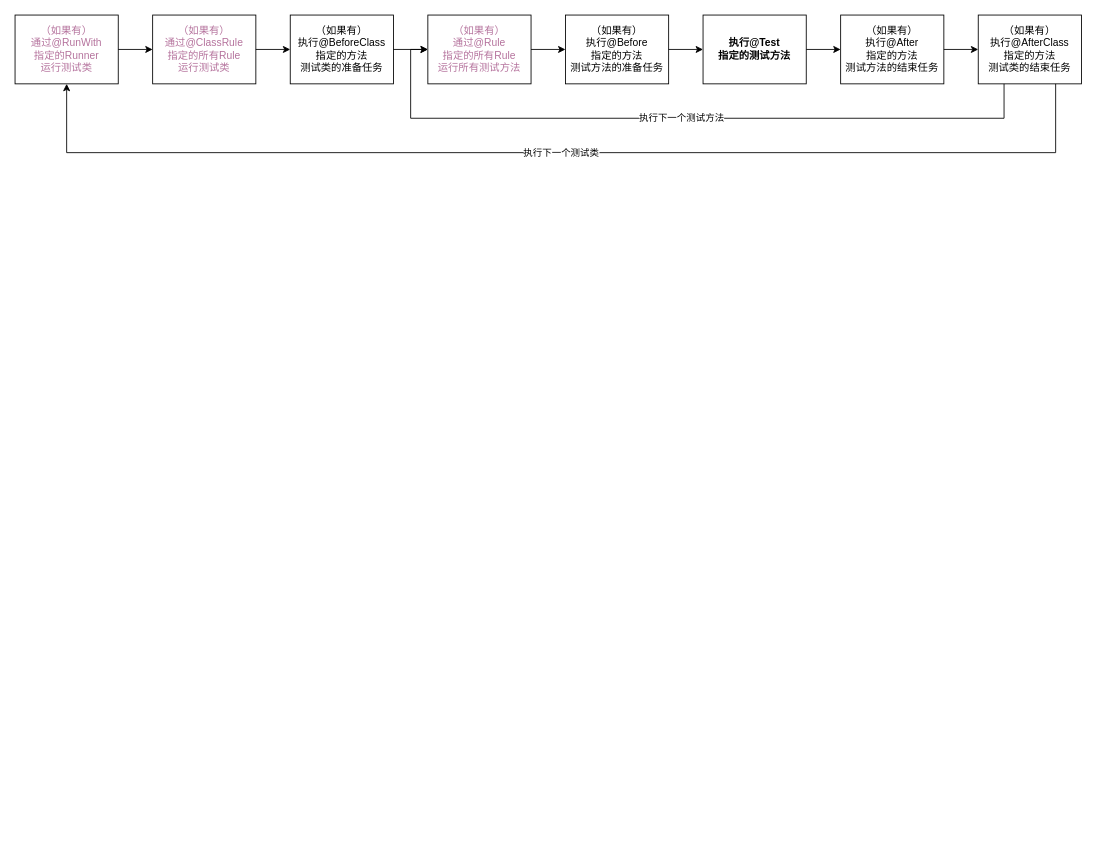
Before: Unit Test PPT.drawio in Cmdone/Draw.io, a draw.io diagram. Source tidied: cells renumbered, new cells numbered last; positions are measured from the earlier drawing's top-left corner, leaving out a move shared by most shapes. Both pictures are drawn from the tidied source at 86%, with x=0, y=0 at pixel (15, 15).
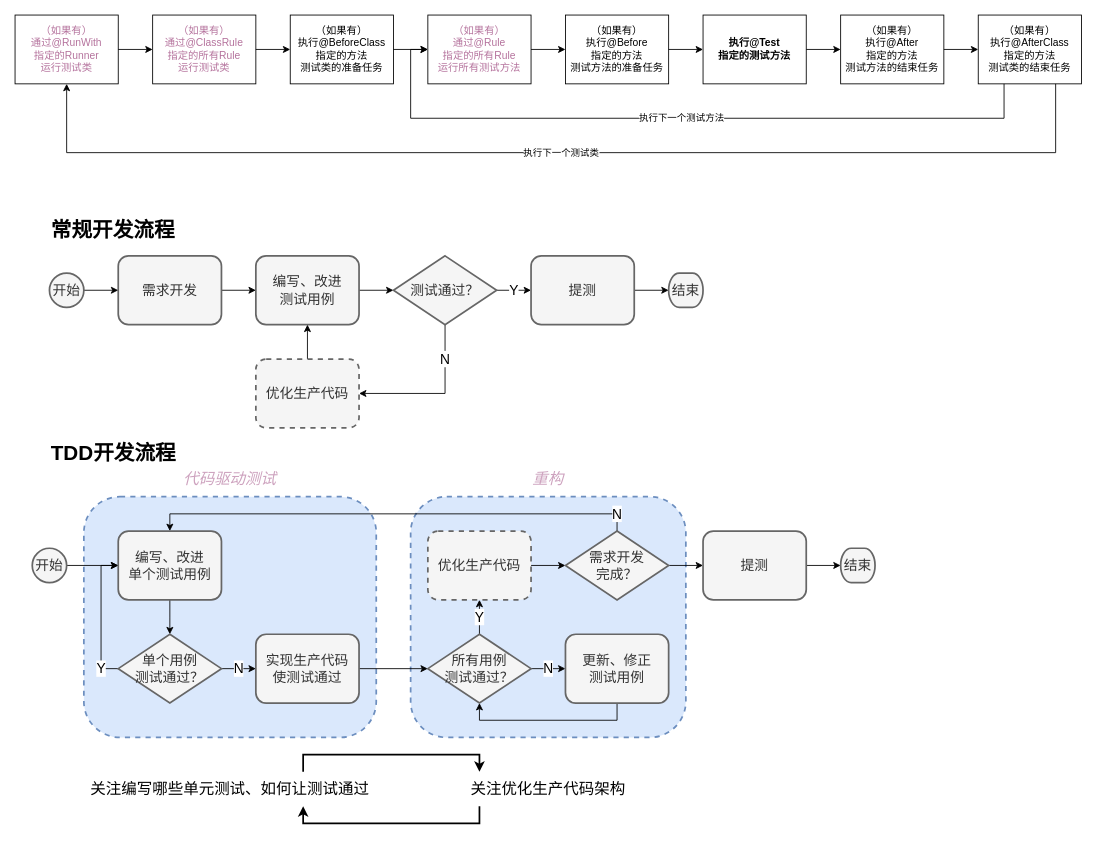
The same page after the edit.

Diff of the diagram source:
```diff
@@
+    <mxCell id="19" style="rounded=1;whiteSpace=wrap;html=1;dashed=1;fontSize=16;strokeWidth=2;fillColor=#dae8fc;strokeColor=#6c8ebf;" parent="1" vertex="1">
+      <mxGeometry x="460" y="560" width="320" height="280" as="geometry" />
+    </mxCell>
+    <mxCell id="20" style="rounded=1;whiteSpace=wrap;html=1;dashed=1;fontSize=16;strokeWidth=2;fillColor=#dae8fc;strokeColor=#6c8ebf;" parent="1" vertex="1">
+      <mxGeometry x="80" y="560" width="340" height="280" as="geometry" />
+    </mxCell>
@@
+    <mxCell id="21" style="edgeStyle=orthogonalEdgeStyle;rounded=0;jettySize=auto;html=1;exitX=1;exitY=0.5;exitDx=0;exitDy=0;entryX=0;entryY=0.5;entryDx=0;entryDy=0;fontSize=16;" parent="1" edge="1" source="22" target="24">
+      <mxGeometry relative="1" as="geometry" />
+    </mxCell>
+    <mxCell id="22" value="需求开发" style="rounded=1;whiteSpace=wrap;html=1;fillColor=#f5f5f5;strokeColor=#666666;fontColor=#333333;fontSize=16;strokeWidth=2;" parent="1" vertex="1">
+      <mxGeometry x="120" y="280" width="120" height="80" as="geometry" />
+    </mxCell>
+    <mxCell id="23" style="edgeStyle=orthogonalEdgeStyle;rounded=0;jettySize=auto;html=1;exitX=1;exitY=0.5;exitDx=0;exitDy=0;entryX=0;entryY=0.5;entryDx=0;entryDy=0;entryPerimeter=0;fontSize=16;" parent="1" edge="1" source="24" target="27">
+      <mxGeometry relative="1" as="geometry" />
+    </mxCell>
+    <mxCell id="24" value="编写、改进&lt;br&gt;测试用例" style="rounded=1;whiteSpace=wrap;html=1;fillColor=#f5f5f5;strokeColor=#666666;fontColor=#333333;fontSize=16;strokeWidth=2;" parent="1" vertex="1">
+      <mxGeometry x="280" y="280" width="120" height="80" as="geometry" />
+    </mxCell>
+    <mxCell id="25" value="N" style="edgeStyle=orthogonalEdgeStyle;rounded=0;jettySize=auto;html=1;exitX=0.5;exitY=1;exitDx=0;exitDy=0;exitPerimeter=0;entryX=1;entryY=0.5;entryDx=0;entryDy=0;fontSize=16;" parent="1" edge="1" source="27" target="29">
+      <mxGeometry x="-0.56" relative="1" as="geometry" />
+    </mxCell>
+    <mxCell id="26" value="Y" style="edgeStyle=orthogonalEdgeStyle;rounded=0;jettySize=auto;html=1;exitX=1;exitY=0.5;exitDx=0;exitDy=0;exitPerimeter=0;fontSize=16;" parent="1" edge="1" source="27" target="31">
+      <mxGeometry relative="1" as="geometry" />
+    </mxCell>
+    <mxCell id="27" value="测试通过？" style="strokeWidth=2;html=1;shape=mxgraph.flowchart.decision;whiteSpace=wrap;fontSize=16;fillColor=#f5f5f5;strokeColor=#666666;fontColor=#333333;" parent="1" vertex="1">
+      <mxGeometry x="440" y="280" width="120" height="80" as="geometry" />
+    </mxCell>
+    <mxCell id="28" style="edgeStyle=orthogonalEdgeStyle;rounded=0;jettySize=auto;html=1;exitX=0.5;exitY=0;exitDx=0;exitDy=0;entryX=0.5;entryY=1;entryDx=0;entryDy=0;fontSize=16;" parent="1" edge="1" source="29" target="24">
+      <mxGeometry relative="1" as="geometry" />
+    </mxCell>
+    <mxCell id="29" value="优化生产代码" style="rounded=1;whiteSpace=wrap;html=1;fillColor=#f5f5f5;strokeColor=#666666;fontColor=#333333;fontSize=16;strokeWidth=2;dashed=1;" parent="1" vertex="1">
+      <mxGeometry x="280" y="400" width="120" height="80" as="geometry" />
+    </mxCell>
+    <mxCell id="30" style="edgeStyle=orthogonalEdgeStyle;rounded=0;jettySize=auto;html=1;exitX=1;exitY=0.5;exitDx=0;exitDy=0;entryX=0;entryY=0.5;entryDx=0;entryDy=0;entryPerimeter=0;fontSize=16;" parent="1" edge="1" source="31" target="36">
+      <mxGeometry relative="1" as="geometry" />
+    </mxCell>
+    <mxCell id="31" value="提测" style="rounded=1;whiteSpace=wrap;html=1;fillColor=#f5f5f5;strokeColor=#666666;fontColor=#333333;fontSize=16;strokeWidth=2;" parent="1" vertex="1">
+      <mxGeometry x="600" y="280" width="120" height="80" as="geometry" />
+    </mxCell>
+    <mxCell id="32" style="edgeStyle=orthogonalEdgeStyle;rounded=0;jettySize=auto;html=1;exitX=1;exitY=0.5;exitDx=0;exitDy=0;exitPerimeter=0;fontSize=16;" parent="1" edge="1" source="33" target="22">
+      <mxGeometry relative="1" as="geometry" />
+    </mxCell>
+    <mxCell id="33" value="开始" style="strokeWidth=2;html=1;shape=mxgraph.flowchart.start_2;whiteSpace=wrap;fontSize=16;fillColor=#f5f5f5;strokeColor=#666666;fontColor=#333333;" parent="1" vertex="1">
+      <mxGeometry x="40" y="300" width="40" height="40" as="geometry" />
+    </mxCell>
+    <mxCell id="34" style="edgeStyle=orthogonalEdgeStyle;rounded=0;jettySize=auto;html=1;exitX=1;exitY=0.5;exitDx=0;exitDy=0;exitPerimeter=0;fontSize=16;" parent="1" edge="1" source="35" target="38">
+      <mxGeometry relative="1" as="geometry" />
+    </mxCell>
+    <mxCell id="35" value="开始" style="strokeWidth=2;html=1;shape=mxgraph.flowchart.start_2;whiteSpace=wrap;fontSize=16;fillColor=#f5f5f5;strokeColor=#666666;fontColor=#333333;" parent="1" vertex="1">
+      <mxGeometry x="20" y="620" width="40" height="40" as="geometry" />
+    </mxCell>
+    <mxCell id="36" value="结束" style="strokeWidth=2;html=1;shape=mxgraph.flowchart.terminator;whiteSpace=wrap;fontSize=16;fillColor=#f5f5f5;strokeColor=#666666;fontColor=#333333;" parent="1" vertex="1">
+      <mxGeometry x="760" y="300" width="40" height="40" as="geometry" />
+    </mxCell>
+    <mxCell id="37" style="edgeStyle=orthogonalEdgeStyle;rounded=0;jettySize=auto;html=1;fontSize=16;" parent="1" edge="1" source="38">
+      <mxGeometry relative="1" as="geometry">
+        <mxPoint x="180" y="720" as="targetPoint" />
+      </mxGeometry>
+    </mxCell>
+    <mxCell id="38" value="编写、改进&lt;br&gt;单个测试用例" style="rounded=1;whiteSpace=wrap;html=1;fillColor=#f5f5f5;strokeColor=#666666;fontColor=#333333;fontSize=16;strokeWidth=2;" parent="1" vertex="1">
+      <mxGeometry x="120" y="600" width="120" height="80" as="geometry" />
+    </mxCell>
+    <mxCell id="39" style="edgeStyle=orthogonalEdgeStyle;rounded=0;orthogonalLoop=1;jettySize=auto;html=1;exitX=0.5;exitY=1;exitDx=0;exitDy=0;fontSize=16;" parent="1" edge="1" source="41" target="41">
+      <mxGeometry relative="1" as="geometry" />
+    </mxCell>
+    <mxCell id="40" style="edgeStyle=orthogonalEdgeStyle;rounded=0;jettySize=auto;html=1;exitX=1;exitY=0.5;exitDx=0;exitDy=0;fontSize=16;entryX=0;entryY=0.5;entryDx=0;entryDy=0;entryPerimeter=0;" parent="1" edge="1" source="41" target="44">
+      <mxGeometry relative="1" as="geometry" />
+    </mxCell>
+    <mxCell id="41" value="实现生产代码&lt;br&gt;使测试通过" style="rounded=1;whiteSpace=wrap;html=1;fillColor=#f5f5f5;strokeColor=#666666;fontColor=#333333;fontSize=16;strokeWidth=2;" parent="1" vertex="1">
+      <mxGeometry x="280" y="720" width="120" height="80" as="geometry" />
+    </mxCell>
+    <mxCell id="42" value="Y" style="edgeStyle=orthogonalEdgeStyle;rounded=0;jettySize=auto;html=1;fontSize=16;" parent="1" edge="1" source="44" target="46">
+      <mxGeometry relative="1" as="geometry" />
+    </mxCell>
+    <mxCell id="43" value="N" style="edgeStyle=orthogonalEdgeStyle;rounded=0;jettySize=auto;html=1;fontSize=16;" parent="1" edge="1" source="44" target="51">
+      <mxGeometry relative="1" as="geometry" />
+    </mxCell>
+    <mxCell id="44" value="所有用例&lt;br&gt;测试通过？" style="strokeWidth=2;html=1;shape=mxgraph.flowchart.decision;whiteSpace=wrap;fontSize=16;fillColor=#f5f5f5;strokeColor=#666666;fontColor=#333333;" parent="1" vertex="1">
+      <mxGeometry x="480" y="720" width="120" height="80" as="geometry" />
+    </mxCell>
+    <mxCell id="45" style="edgeStyle=orthogonalEdgeStyle;rounded=0;jettySize=auto;html=1;exitX=1;exitY=0.5;exitDx=0;exitDy=0;entryX=0;entryY=0.5;entryDx=0;entryDy=0;entryPerimeter=0;fontSize=16;" parent="1" edge="1" source="46" target="54">
+      <mxGeometry relative="1" as="geometry" />
+    </mxCell>
+    <mxCell id="46" value="优化生产代码" style="rounded=1;whiteSpace=wrap;html=1;fillColor=#f5f5f5;strokeColor=#666666;fontColor=#333333;fontSize=16;strokeWidth=2;dashed=1;" parent="1" vertex="1">
+      <mxGeometry x="480" y="600" width="120" height="80" as="geometry" />
+    </mxCell>
+    <mxCell id="47" value="Y" style="edgeStyle=orthogonalEdgeStyle;rounded=0;jettySize=auto;html=1;exitX=0;exitY=0.5;exitDx=0;exitDy=0;exitPerimeter=0;entryX=0;entryY=0.5;entryDx=0;entryDy=0;fontSize=16;" parent="1" edge="1" source="49" target="38">
+      <mxGeometry x="-0.75" relative="1" as="geometry" />
+    </mxCell>
+    <mxCell id="48" value="N" style="edgeStyle=orthogonalEdgeStyle;rounded=0;jettySize=auto;html=1;exitX=1;exitY=0.5;exitDx=0;exitDy=0;exitPerimeter=0;entryX=0;entryY=0.5;entryDx=0;entryDy=0;fontSize=16;" parent="1" edge="1" source="49" target="41">
+      <mxGeometry relative="1" as="geometry" />
+    </mxCell>
+    <mxCell id="49" value="单个用例&lt;br&gt;测试通过？" style="strokeWidth=2;html=1;shape=mxgraph.flowchart.decision;whiteSpace=wrap;fontSize=16;fillColor=#f5f5f5;strokeColor=#666666;fontColor=#333333;" parent="1" vertex="1">
+      <mxGeometry x="120" y="720" width="120" height="80" as="geometry" />
+    </mxCell>
+    <mxCell id="50" style="edgeStyle=orthogonalEdgeStyle;rounded=0;jettySize=auto;html=1;exitX=0.5;exitY=1;exitDx=0;exitDy=0;entryX=0.5;entryY=1;entryDx=0;entryDy=0;entryPerimeter=0;fontSize=16;" parent="1" edge="1" source="51" target="44">
+      <mxGeometry relative="1" as="geometry" />
+    </mxCell>
+    <mxCell id="51" value="更新、修正&lt;br&gt;测试用例" style="rounded=1;whiteSpace=wrap;html=1;fillColor=#f5f5f5;strokeColor=#666666;fontColor=#333333;fontSize=16;strokeWidth=2;" parent="1" vertex="1">
+      <mxGeometry x="640" y="720" width="120" height="80" as="geometry" />
+    </mxCell>
+    <mxCell id="52" value="N" style="edgeStyle=orthogonalEdgeStyle;rounded=0;jettySize=auto;html=1;exitX=0.5;exitY=0;exitDx=0;exitDy=0;exitPerimeter=0;entryX=0.5;entryY=0;entryDx=0;entryDy=0;fontSize=16;" parent="1" edge="1" source="54" target="38">
+      <mxGeometry x="-0.93" relative="1" as="geometry" />
+    </mxCell>
+    <mxCell id="53" style="edgeStyle=orthogonalEdgeStyle;rounded=0;jettySize=auto;html=1;exitX=1;exitY=0.5;exitDx=0;exitDy=0;exitPerimeter=0;entryX=0;entryY=0.5;entryDx=0;entryDy=0;fontSize=16;" parent="1" edge="1" source="54" target="56">
+      <mxGeometry relative="1" as="geometry" />
+    </mxCell>
+    <mxCell id="54" value="需求开发&lt;br&gt;完成？" style="strokeWidth=2;html=1;shape=mxgraph.flowchart.decision;whiteSpace=wrap;fontSize=16;fillColor=#f5f5f5;strokeColor=#666666;fontColor=#333333;" parent="1" vertex="1">
+      <mxGeometry x="640" y="600" width="120" height="80" as="geometry" />
+    </mxCell>
+    <mxCell id="55" style="edgeStyle=orthogonalEdgeStyle;rounded=0;jettySize=auto;html=1;exitX=1;exitY=0.5;exitDx=0;exitDy=0;entryX=0;entryY=0.5;entryDx=0;entryDy=0;entryPerimeter=0;fontSize=16;" parent="1" edge="1" source="56" target="57">
+      <mxGeometry relative="1" as="geometry" />
+    </mxCell>
+    <mxCell id="56" value="提测" style="rounded=1;whiteSpace=wrap;html=1;fillColor=#f5f5f5;strokeColor=#666666;fontColor=#333333;fontSize=16;strokeWidth=2;" parent="1" vertex="1">
+      <mxGeometry x="800" y="600" width="120" height="80" as="geometry" />
+    </mxCell>
+    <mxCell id="57" value="结束" style="strokeWidth=2;html=1;shape=mxgraph.flowchart.terminator;whiteSpace=wrap;fontSize=16;fillColor=#f5f5f5;strokeColor=#666666;fontColor=#333333;" parent="1" vertex="1">
+      <mxGeometry x="960" y="620" width="40" height="40" as="geometry" />
+    </mxCell>
+    <mxCell id="58" style="edgeStyle=orthogonalEdgeStyle;rounded=0;jettySize=auto;html=1;exitX=0.75;exitY=0;exitDx=0;exitDy=0;entryX=0.25;entryY=0;entryDx=0;entryDy=0;fontSize=18;strokeWidth=2;" parent="1" edge="1" source="59" target="61">
+      <mxGeometry relative="1" as="geometry" />
+    </mxCell>
+    <mxCell id="59" value="关注编写哪些单元测试、如何让测试通过" style="text;html=1;strokeColor=none;fillColor=none;align=center;verticalAlign=middle;whiteSpace=wrap;rounded=0;dashed=1;fontSize=18;" parent="1" vertex="1">
+      <mxGeometry x="80" y="880" width="340" height="40" as="geometry" />
+    </mxCell>
+    <mxCell id="60" style="edgeStyle=orthogonalEdgeStyle;rounded=0;jettySize=auto;html=1;exitX=0.25;exitY=1;exitDx=0;exitDy=0;entryX=0.75;entryY=1;entryDx=0;entryDy=0;fontSize=18;strokeWidth=2;" parent="1" edge="1" source="61" target="59">
+      <mxGeometry relative="1" as="geometry" />
+    </mxCell>
+    <mxCell id="61" value="关注优化生产代码架构" style="text;html=1;strokeColor=none;fillColor=none;align=center;verticalAlign=middle;whiteSpace=wrap;rounded=0;dashed=1;fontSize=18;" parent="1" vertex="1">
+      <mxGeometry x="460" y="880" width="320" height="40" as="geometry" />
+    </mxCell>
+    <mxCell id="62" value="&lt;i&gt;代码驱动测试&lt;/i&gt;" style="text;html=1;strokeColor=none;fillColor=none;align=center;verticalAlign=middle;whiteSpace=wrap;rounded=0;dashed=1;fontSize=18;fontColor=#CDA2BE;" parent="1" vertex="1">
+      <mxGeometry x="80" y="520" width="340" height="40" as="geometry" />
+    </mxCell>
+    <mxCell id="63" value="&lt;i&gt;重构&lt;/i&gt;" style="text;html=1;strokeColor=none;fillColor=none;align=center;verticalAlign=middle;whiteSpace=wrap;rounded=0;dashed=1;fontSize=18;fontColor=#CDA2BE;" parent="1" vertex="1">
+      <mxGeometry x="460" y="520" width="320" height="40" as="geometry" />
+    </mxCell>
+    <mxCell id="64" value="常规开发流程" style="text;html=1;strokeColor=none;fillColor=none;align=left;verticalAlign=middle;whiteSpace=wrap;rounded=0;dashed=1;fontSize=24;fontStyle=1;" parent="1" vertex="1">
+      <mxGeometry x="40" y="240" width="760" height="20" as="geometry" />
+    </mxCell>
+    <mxCell id="65" value="TDD开发流程" style="text;html=1;strokeColor=none;fillColor=none;align=left;verticalAlign=middle;whiteSpace=wrap;rounded=0;dashed=1;fontSize=24;fontStyle=1;" parent="1" vertex="1">
+      <mxGeometry x="40" y="500" width="760" height="20" as="geometry" />
+    </mxCell>
```
